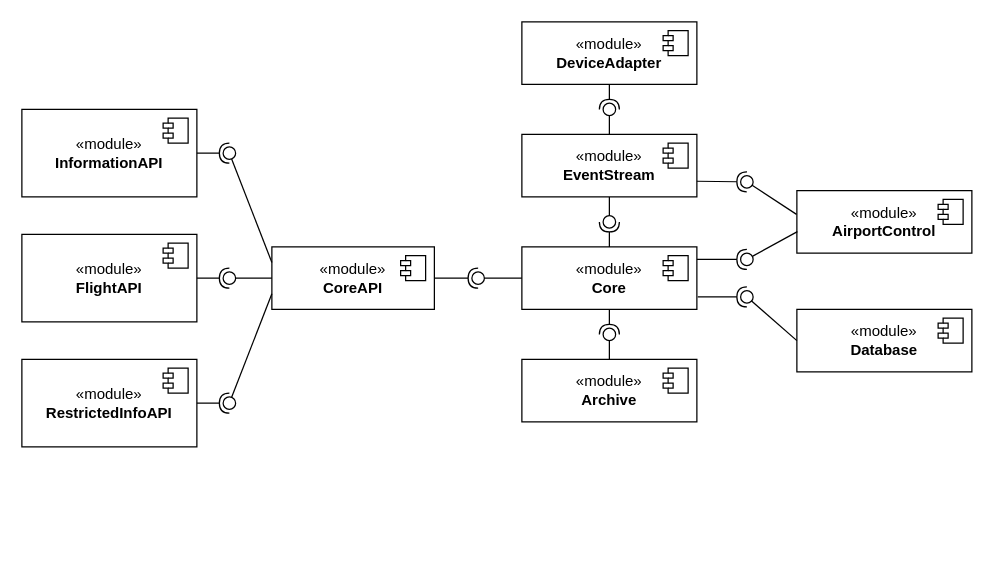
Earlier version of the draw.io diagram Diagrams/packages[module].drawio (oskarbreindahl/Softwarebyggehygge). Source tidied: cells renumbered, new cells numbered last; positions are measured from the earlier drawing's top-left corner, leaving out a move shared by most shapes. Both pictures are drawn from the tidied source at 125%, with x=0, y=0 at pixel (21, 21).
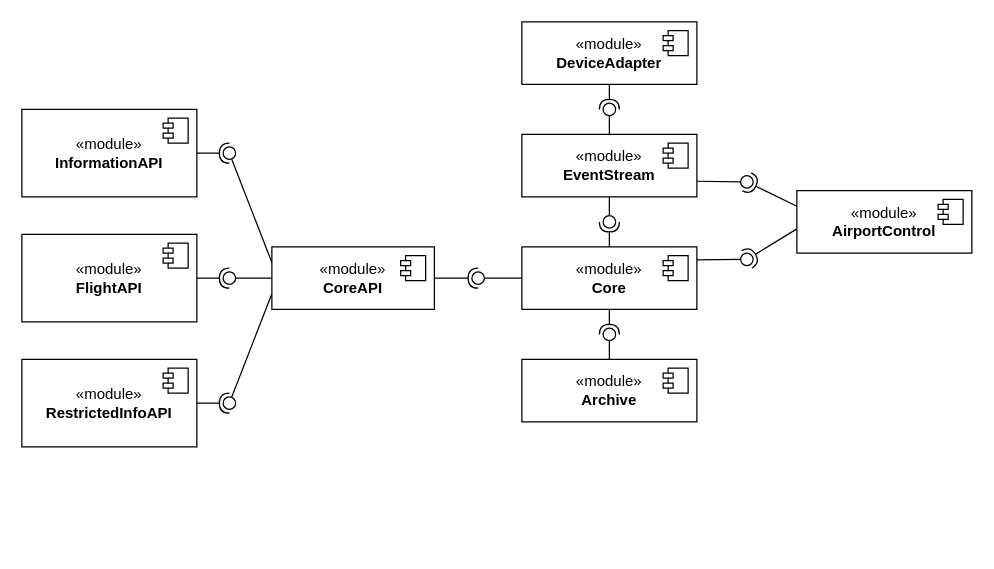
The same page after the edit.

Unchanged cells that the change refers to:
```xml
<mxCell id="8" value="«module»&lt;br&gt;&lt;b&gt;Core&lt;/b&gt;" style="html=1;whiteSpace=wrap;" parent="1" vertex="1">
  <mxGeometry x="400" y="180" width="140" height="50" as="geometry" />
</mxCell>
<mxCell id="10" value="«module»&lt;br&gt;&lt;b&gt;EventStream&lt;/b&gt;" style="html=1;whiteSpace=wrap;" parent="1" vertex="1">
  <mxGeometry x="400" y="90" width="140" height="50" as="geometry" />
</mxCell>
<mxCell id="26" value="«module»&lt;br&gt;&lt;b&gt;AirportControl&lt;/b&gt;" style="html=1;whiteSpace=wrap;" parent="1" vertex="1">
  <mxGeometry x="620" y="135" width="140" height="50" as="geometry" />
</mxCell>
<mxCell id="42" style="ellipse;whiteSpace=wrap;html=1;align=center;fillColor=none;strokeColor=none;perimeter=centerPerimeter;points=[];outlineConnect=1;" parent="1" vertex="1">
  <mxGeometry x="575" y="185" width="10" height="10" as="geometry" />
</mxCell>
```

Diff of the diagram source:
```diff
@@
-    <mxCell id="37" style="rounded=0;jettySize=auto;html=1;endArrow=halfCircle;endFill=0;endSize=6;strokeWidth=1;sketch=0;exitX=1;exitY=0.75;exitDx=0;exitDy=0;" parent="1" edge="1" source="10">
+    <mxCell id="37" style="rounded=0;jettySize=auto;html=1;endArrow=halfCircle;endFill=0;endSize=6;strokeWidth=1;sketch=0;exitX=0;exitY=0.25;exitDx=0;exitDy=0;" parent="1" edge="1" source="26">
       <mxGeometry relative="1" as="geometry">
         <mxPoint x="580" y="128" as="targetPoint" />
       </mxGeometry>
     </mxCell>
-    <mxCell id="38" style="rounded=0;jettySize=auto;html=1;endArrow=oval;endFill=0;sketch=0;sourcePerimeterSpacing=0;targetPerimeterSpacing=0;endSize=10;exitX=-0.002;exitY=0.38;exitDx=0;exitDy=0;exitPerimeter=0;" parent="1" edge="1" source="26">
+    <mxCell id="38" style="rounded=0;jettySize=auto;html=1;endArrow=oval;endFill=0;sketch=0;sourcePerimeterSpacing=0;targetPerimeterSpacing=0;endSize=10;exitX=1;exitY=0.75;exitDx=0;exitDy=0;" parent="1" edge="1" source="10">
       <mxGeometry relative="1" as="geometry">
         <mxPoint x="580" y="128" as="targetPoint" />
       </mxGeometry>
     </mxCell>
@@
-    <mxCell id="40" style="rounded=0;orthogonalLoop=1;jettySize=auto;html=1;endArrow=halfCircle;endFill=0;endSize=6;strokeWidth=1;sketch=0;" parent="1" edge="1">
+    <mxCell id="40" style="rounded=0;jettySize=auto;html=1;endArrow=halfCircle;endFill=0;endSize=6;strokeWidth=1;sketch=0;exitX=0;exitY=0.612;exitDx=0;exitDy=0;exitPerimeter=0;" parent="1" edge="1" source="26">
       <mxGeometry relative="1" as="geometry">
-        <mxPoint x="540" y="190" as="sourcePoint" />
         <mxPoint x="580" y="190" as="targetPoint" />
       </mxGeometry>
     </mxCell>
-    <mxCell id="41" style="rounded=0;jettySize=auto;html=1;endArrow=oval;endFill=0;sketch=0;sourcePerimeterSpacing=0;targetPerimeterSpacing=0;endSize=10;exitX=0.003;exitY=0.656;exitDx=0;exitDy=0;exitPerimeter=0;" parent="1" edge="1" source="26" target="42">
+    <mxCell id="41" style="rounded=0;jettySize=auto;html=1;endArrow=oval;endFill=0;sketch=0;sourcePerimeterSpacing=0;targetPerimeterSpacing=0;endSize=10;exitX=0.999;exitY=0.208;exitDx=0;exitDy=0;exitPerimeter=0;" parent="1" edge="1" source="8" target="42">
       <mxGeometry relative="1" as="geometry" />
     </mxCell>
@@
-    <mxCell id="48" value="«module»&lt;br&gt;&lt;b&gt;Database&lt;/b&gt;" style="html=1;whiteSpace=wrap;" parent="1" vertex="1">
-      <mxGeometry x="620" y="230" width="140" height="50" as="geometry" />
-    </mxCell>
-    <mxCell id="49" style="shape=module;jettyWidth=8;jettyHeight=4;" parent="48" vertex="1">
-      <mxGeometry x="1" width="20" height="20" relative="1" as="geometry">
-        <mxPoint x="-27" y="7" as="offset" />
-      </mxGeometry>
-    </mxCell>
-    <mxCell id="50" style="rounded=0;jettySize=auto;html=1;endArrow=halfCircle;endFill=0;endSize=6;strokeWidth=1;sketch=0;exitX=1.005;exitY=0.8;exitDx=0;exitDy=0;exitPerimeter=0;" parent="1" edge="1" source="8">
-      <mxGeometry relative="1" as="geometry">
-        <mxPoint x="580" y="220" as="targetPoint" />
-      </mxGeometry>
-    </mxCell>
-    <mxCell id="51" style="rounded=0;jettySize=auto;html=1;endArrow=oval;endFill=0;sketch=0;sourcePerimeterSpacing=0;targetPerimeterSpacing=0;endSize=10;exitX=0;exitY=0.5;exitDx=0;exitDy=0;" parent="1" edge="1" source="48">
-      <mxGeometry relative="1" as="geometry">
-        <mxPoint x="580" y="220" as="targetPoint" />
-      </mxGeometry>
-    </mxCell>
```
